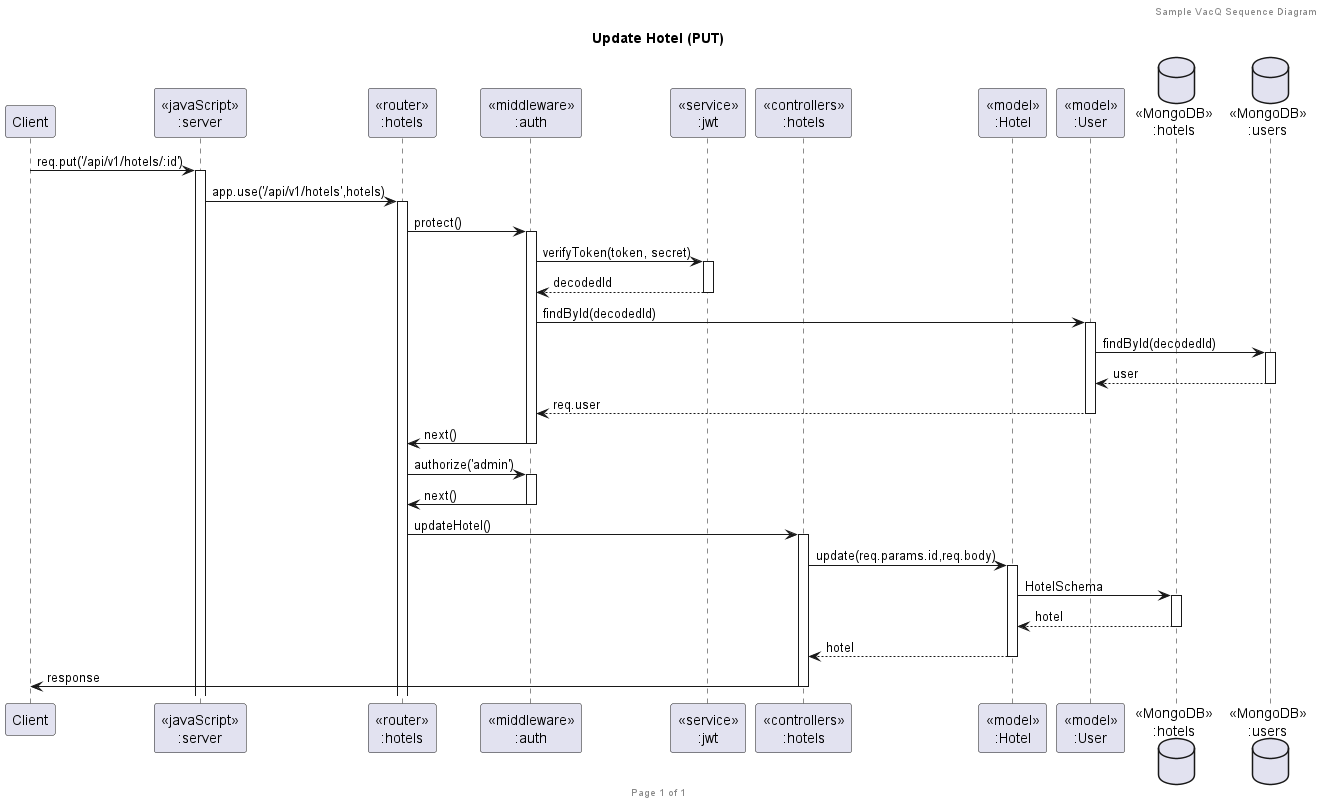
The PlantUML diagram diagram/sequence/hotels/hotelUPDATE/Update Hotel (PUT).png in n0n7/SWDev_Final, before a commit.
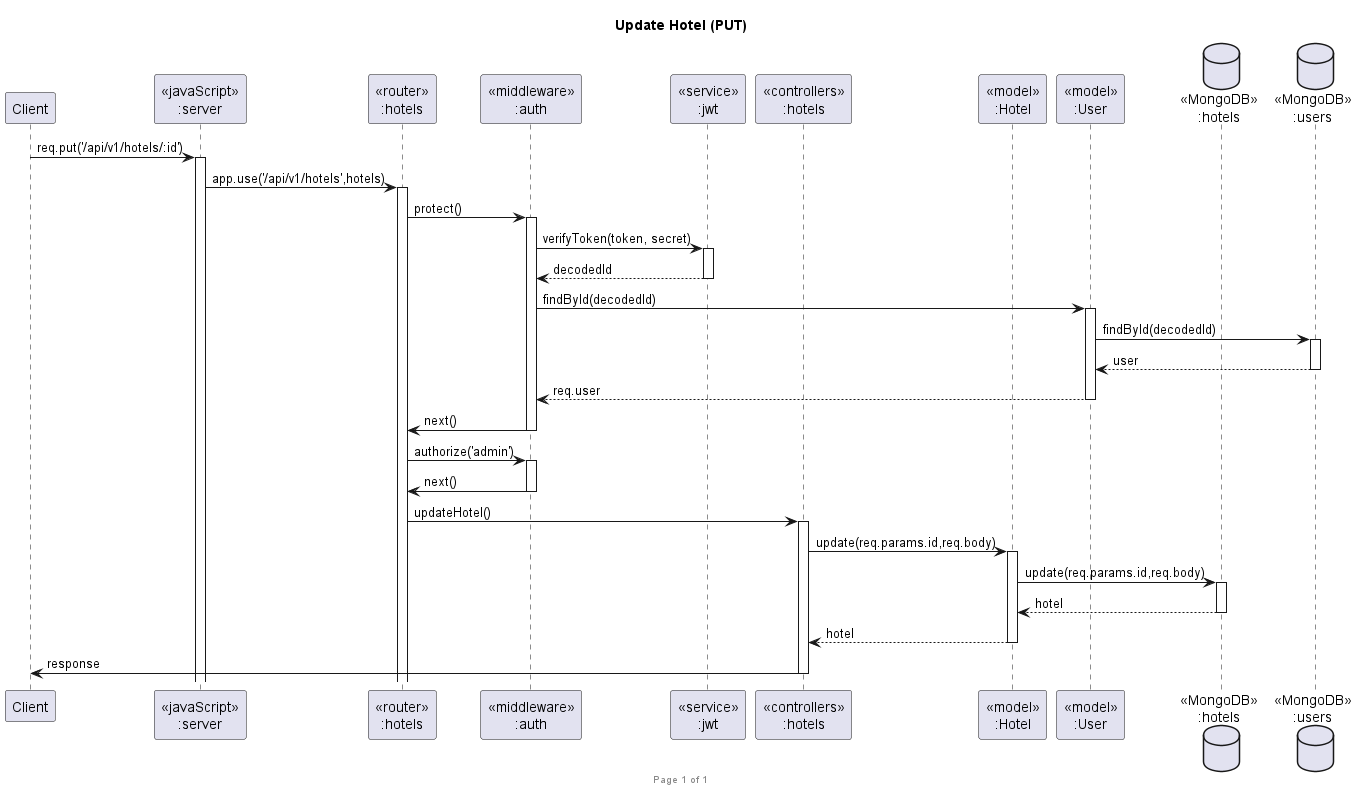
The same file after the commit.

Change to the diagram source:
```diff
@@ -1,6 +1,5 @@
 @startuml Update Hotel (PUT)
 
-header Sample VacQ Sequence Diagram
 footer Page %page% of %lastpage%
 title "Update Hotel (PUT)"
 
@@ -32,7 +31,7 @@
 
 routerHotels -> controllersHotels ++:updateHotel()
 controllersHotels->modelHotel ++:update(req.params.id,req.body)
-modelHotel ->HotelsDatabase ++: HotelSchema
+modelHotel ->HotelsDatabase ++: update(req.params.id,req.body)
 HotelsDatabase --> modelHotel --: hotel
 controllersHotels <-- modelHotel --:hotel
 controllersHotels->client --:response
```
